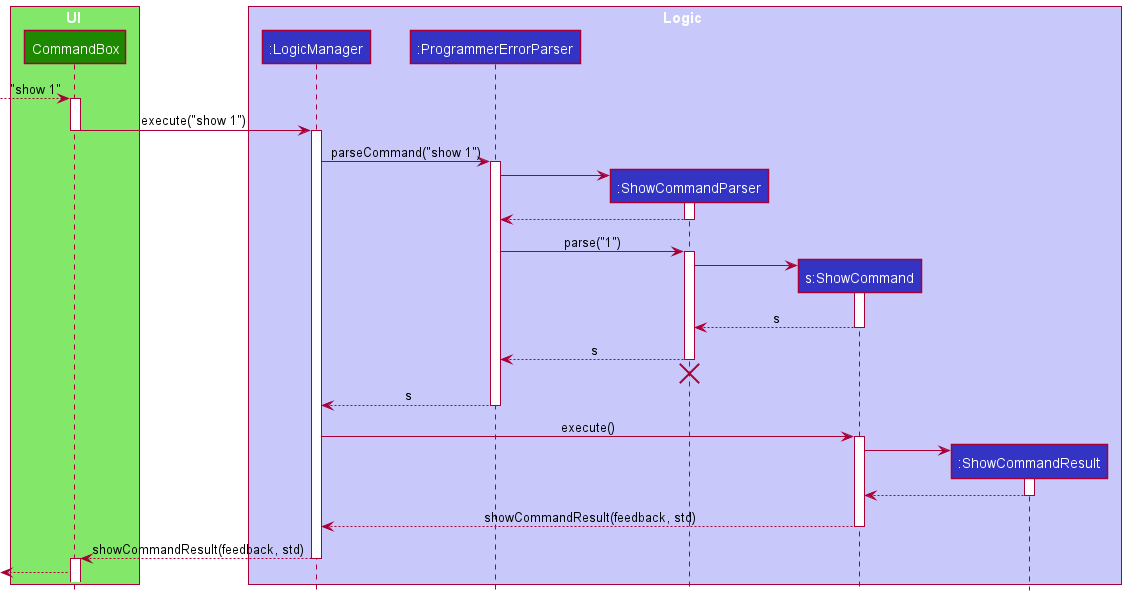
Above: docs/images/commands/ShowCommand/ShowSequenceDiagram.png in nus-cs2103-AY2122S1/tp (PlantUML), before the change.
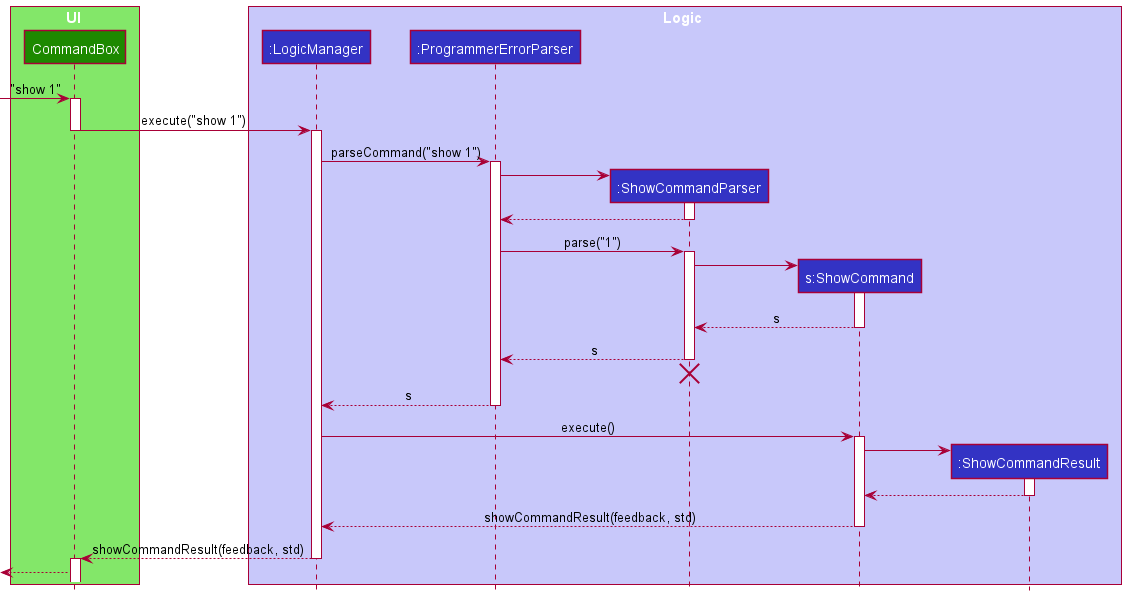
Above is the later version.

Commit message:
Change dotted arrow to solid arrow

What changed in the source:
```diff
@@ -13,7 +13,7 @@
 participant ":ShowCommandResult" as ShowCommandResult LOGIC_COLOR
 end box
 
-[--> CommandBox : "show 1"
+[-> CommandBox : "show 1"
 activate CommandBox
 
 CommandBox -> LogicManager:execute("show 1")
```
